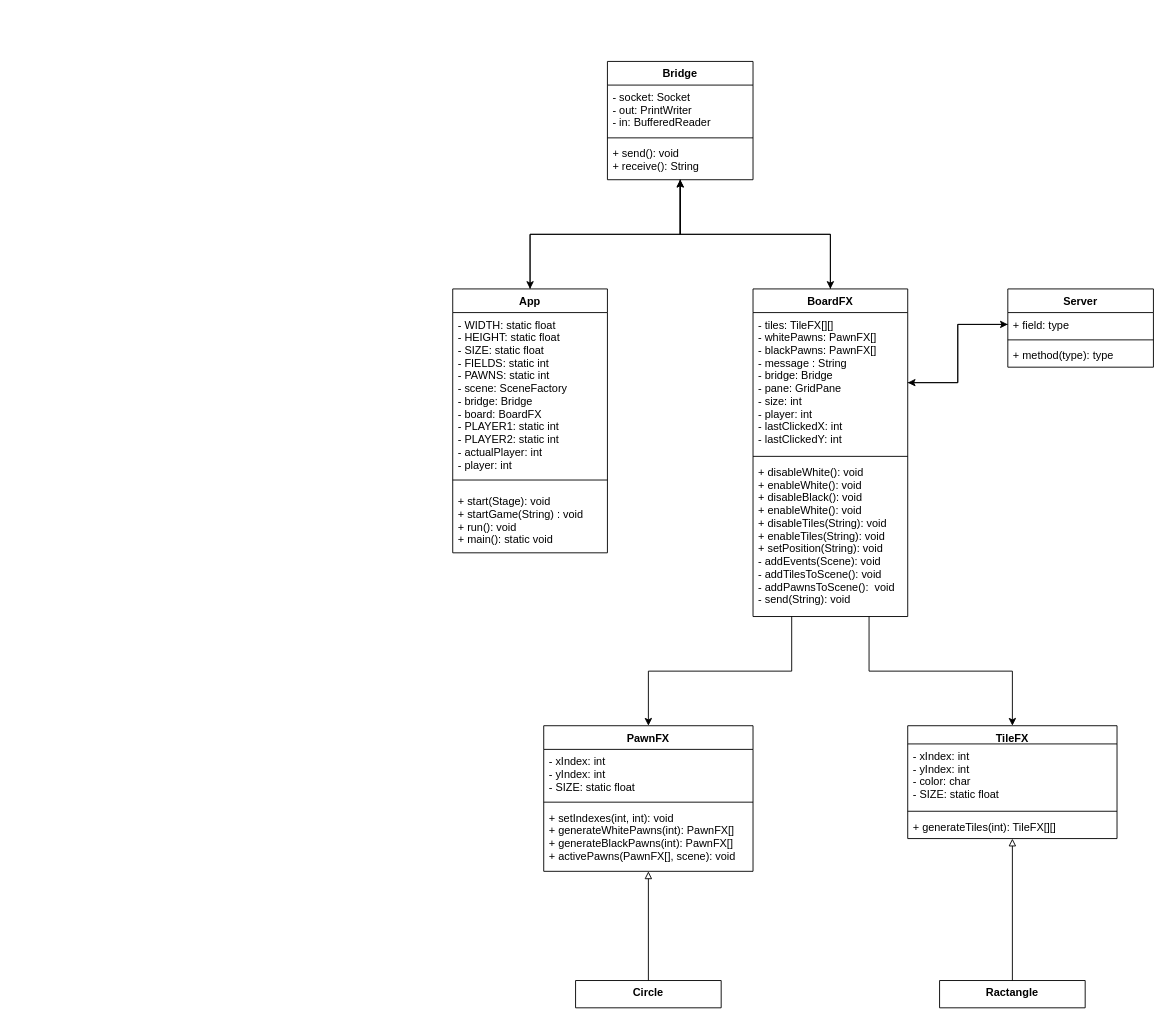
Earlier version of the draw.io diagram noncode/clientUML.drawio (mikdDd/warcaby). Source tidied: cells renumbered, new cells numbered last; positions are measured from the earlier drawing's top-left corner, leaving out a move shared by most shapes. Both pictures are drawn from the tidied source at 91%, with x=0, y=0 at pixel (452, 61).
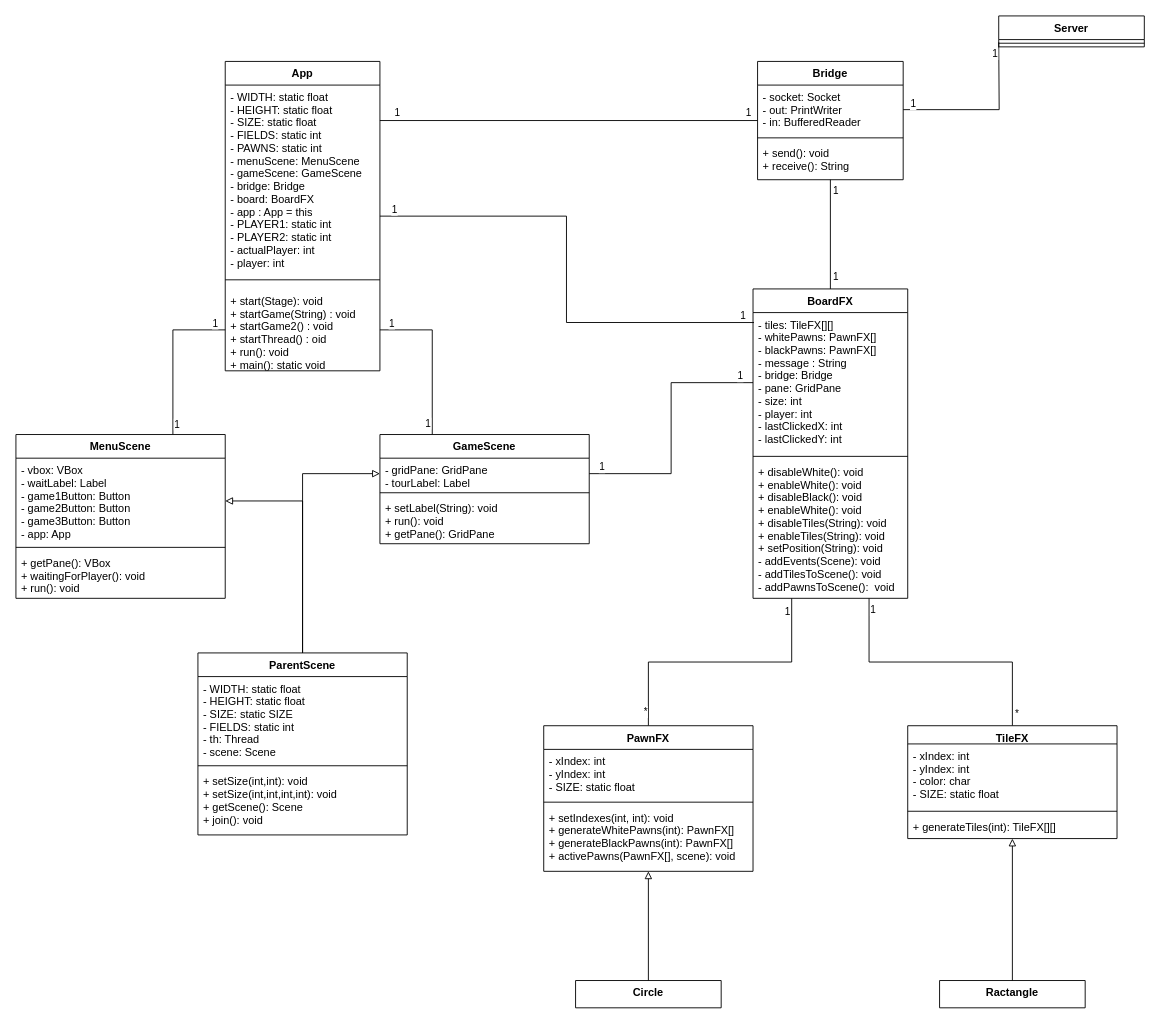
After the change.

Commit message:
diagram UML

Unchanged cells that the change refers to:
```xml
<mxCell id="10" value="- socket: Socket&#10;- out: PrintWriter&#10;- in: BufferedReader" style="text;strokeColor=none;fillColor=none;align=left;verticalAlign=top;spacingLeft=4;spacingRight=4;overflow=hidden;points=[[0,0.5],[1,0.5]];portConstraint=eastwest;" parent="9" vertex="1">
  <mxGeometry y="26" width="160" height="54" as="geometry" />
</mxCell>
<mxCell id="12" value="+ send(): void&#10;+ receive(): String" style="text;strokeColor=none;fillColor=none;align=left;verticalAlign=top;spacingLeft=4;spacingRight=4;overflow=hidden;points=[[0,0.5],[1,0.5]];portConstraint=eastwest;" parent="9" vertex="1">
  <mxGeometry y="88" width="160" height="42" as="geometry" />
</mxCell>
<mxCell id="21" value="- tiles: TileFX[][]&#10;- whitePawns: PawnFX[]&#10;- blackPawns: PawnFX[]&#10;- message : String&#10;- bridge: Bridge&#10;- pane: GridPane&#10;- size: int&#10;- player: int&#10;- lastClickedX: int&#10;- lastClickedY: int" style="text;strokeColor=none;fillColor=none;align=left;verticalAlign=top;spacingLeft=4;spacingRight=4;overflow=hidden;points=[[0,0.5],[1,0.5]];portConstraint=eastwest;" parent="20" vertex="1">
  <mxGeometry y="26" width="170" height="154" as="geometry" />
</mxCell>
<mxCell id="24" value="PawnFX" style="swimlane;fontStyle=1;align=center;verticalAlign=top;horizontal=1;startSize=26;" parent="1" vertex="1">
  <mxGeometry x="100" y="730" width="230" height="160" as="geometry" />
</mxCell>
<mxCell id="28" value="TileFX" style="swimlane;fontStyle=1;align=center;verticalAlign=top;horizontal=1;startSize=20;" parent="1" vertex="1">
  <mxGeometry x="500" y="730" width="230" height="124" as="geometry" />
</mxCell>
```

What changed in the source:
```diff
@@
-    <mxCell id="2" style="edgeStyle=orthogonalEdgeStyle;rounded=0;jettySize=auto;html=1;entryX=0.5;entryY=1;entryDx=0;entryDy=0;entryPerimeter=0;endArrow=classic;endFill=1;" parent="1" edge="1" source="3" target="12">
-      <mxGeometry relative="1" as="geometry" />
-    </mxCell>
+    <mxCell id="38" style="edgeStyle=orthogonalEdgeStyle;rounded=0;jettySize=auto;html=1;entryX=0.006;entryY=0.071;entryDx=0;entryDy=0;entryPerimeter=0;endArrow=none;endFill=0;" parent="1" edge="1" source="3" target="21">
+      <mxGeometry relative="1" as="geometry" />
+    </mxCell>
+    <mxCell id="39" value="1" style="edgeLabel;html=1;align=center;verticalAlign=middle;" parent="38" vertex="1">
+      <mxGeometry x="-0.94" y="-2" relative="1" as="geometry">
+        <mxPoint x="-1" y="-10" as="offset" />
+      </mxGeometry>
+    </mxCell>
+    <mxCell id="40" value="1" style="edgeLabel;html=1;align=center;verticalAlign=middle;" parent="38" vertex="1">
+      <mxGeometry x="0.95" y="2" relative="1" as="geometry">
+        <mxPoint y="-6" as="offset" />
+      </mxGeometry>
+    </mxCell>
     <mxCell id="3" value="App" style="swimlane;fontStyle=1;align=center;verticalAlign=top;horizontal=1;startSize=26;" parent="1" vertex="1">
-      <mxGeometry y="250" width="170" height="290" as="geometry" />
+      <mxGeometry x="-250" width="170" height="340" as="geometry" />
     </mxCell>
-    <mxCell id="4" value="- WIDTH: static float&#10;- HEIGHT: static float&#10;- SIZE: static float&#10;- FIELDS: static int&#10;- PAWNS: static int&#10;- scene: SceneFactory&#10;- bridge: Bridge&#10;- board: BoardFX&#10;- PLAYER1: static int&#10;- PLAYER2: static int&#10;- actualPlayer: int&#10;- player: int" style="text;strokeColor=none;fillColor=none;align=left;verticalAlign=top;spacingLeft=4;spacingRight=4;overflow=hidden;points=[[0,0.5],[1,0.5]];portConstraint=eastwest;" parent="3" vertex="1">
-      <mxGeometry y="26" width="170" height="174" as="geometry" />
+    <mxCell id="4" value="- WIDTH: static float&#10;- HEIGHT: static float&#10;- SIZE: static float&#10;- FIELDS: static int&#10;- PAWNS: static int&#10;- menuScene: MenuScene&#10;- gameScene: GameScene&#10;- bridge: Bridge&#10;- board: BoardFX&#10;- app : App = this&#10;- PLAYER1: static int&#10;- PLAYER2: static int&#10;- actualPlayer: int&#10;- player: int" style="text;strokeColor=none;fillColor=none;align=left;verticalAlign=top;spacingLeft=4;spacingRight=4;overflow=hidden;points=[[0,0.5],[1,0.5]];portConstraint=eastwest;" parent="3" vertex="1">
+      <mxGeometry y="26" width="170" height="204" as="geometry" />
     </mxCell>
     <mxCell id="5" style="line;strokeWidth=1;fillColor=none;align=left;verticalAlign=middle;spacingTop=-1;spacingLeft=3;spacingRight=3;labelPosition=right;strokeColor=inherit;" parent="3" vertex="1">
-      <mxGeometry y="200" width="170" height="20" as="geometry" />
+      <mxGeometry y="230" width="170" height="20" as="geometry" />
     </mxCell>
-    <mxCell id="6" value="+ start(Stage): void&#10;+ startGame(String) : void&#10;+ run(): void&#10;+ main(): static void&#10;" style="text;strokeColor=none;fillColor=none;align=left;verticalAlign=top;spacingLeft=4;spacingRight=4;overflow=hidden;points=[[0,0.5],[1,0.5]];portConstraint=eastwest;" parent="3" vertex="1">
-      <mxGeometry y="220" width="170" height="70" as="geometry" />
+    <mxCell id="6" value="+ start(Stage): void&#10;+ startGame(String) : void&#10;+ startGame2() : void&#10;+ startThread() : oid&#10;+ run(): void&#10;+ main(): static void&#10;" style="text;strokeColor=none;fillColor=none;align=left;verticalAlign=top;spacingLeft=4;spacingRight=4;overflow=hidden;points=[[0,0.5],[1,0.5]];portConstraint=eastwest;" parent="3" vertex="1">
+      <mxGeometry y="250" width="170" height="90" as="geometry" />
     </mxCell>
-    <mxCell id="7" style="edgeStyle=orthogonalEdgeStyle;rounded=0;jettySize=auto;html=1;entryX=0.5;entryY=0;entryDx=0;entryDy=0;endArrow=classic;endFill=1;" parent="1" edge="1" source="9" target="3">
-      <mxGeometry relative="1" as="geometry" />
-    </mxCell>
-    <mxCell id="8" style="edgeStyle=orthogonalEdgeStyle;rounded=0;jettySize=auto;html=1;entryX=0.5;entryY=0;entryDx=0;entryDy=0;endArrow=classic;endFill=1;" parent="1" edge="1" source="9" target="20">
+    <mxCell id="8" style="edgeStyle=orthogonalEdgeStyle;rounded=0;jettySize=auto;html=1;entryX=0.5;entryY=0;entryDx=0;entryDy=0;endArrow=none;endFill=0;" parent="1" edge="1" source="9" target="20">
       <mxGeometry relative="1" as="geometry" />
     </mxCell>
+    <mxCell id="41" value="1" style="edgeLabel;html=1;align=center;verticalAlign=middle;" parent="8" vertex="1">
+      <mxGeometry x="-0.81" y="-2" relative="1" as="geometry">
+        <mxPoint x="7" as="offset" />
+      </mxGeometry>
+    </mxCell>
+    <mxCell id="42" value="1" style="edgeLabel;html=1;align=center;verticalAlign=middle;" parent="8" vertex="1">
+      <mxGeometry x="0.72" relative="1" as="geometry">
+        <mxPoint x="5" y="3" as="offset" />
+      </mxGeometry>
+    </mxCell>
+    <mxCell id="43" style="edgeStyle=orthogonalEdgeStyle;rounded=0;jettySize=auto;html=1;entryX=1;entryY=0.191;entryDx=0;entryDy=0;entryPerimeter=0;endArrow=none;endFill=0;strokeColor=default;startArrow=none;startFill=0;" parent="1" edge="1" source="9" target="4">
+      <mxGeometry relative="1" as="geometry" />
+    </mxCell>
+    <mxCell id="44" value="1" style="edgeLabel;html=1;align=center;verticalAlign=middle;" parent="43" vertex="1">
+      <mxGeometry x="0.9" y="-2" relative="1" as="geometry">
+        <mxPoint x="-3" y="-7" as="offset" />
+      </mxGeometry>
+    </mxCell>
+    <mxCell id="45" value="1" style="edgeLabel;html=1;align=center;verticalAlign=middle;" parent="43" vertex="1">
+      <mxGeometry x="-0.92" y="1" relative="1" as="geometry">
+        <mxPoint x="6" y="-10" as="offset" />
+      </mxGeometry>
+    </mxCell>
     <mxCell id="9" value="Bridge" style="swimlane;fontStyle=1;align=center;verticalAlign=top;horizontal=1;startSize=26;" parent="1" vertex="1">
-      <mxGeometry x="170" width="160" height="130" as="geometry" />
+      <mxGeometry x="335" width="160" height="130" as="geometry" />
     </mxCell>
@@
     <mxCell id="13" value="Server" style="swimlane;fontStyle=1;align=center;verticalAlign=top;horizontal=1;startSize=26;" parent="1" vertex="1">
-      <mxGeometry x="610" y="250" width="160" height="86" as="geometry" />
+      <mxGeometry x="600" y="-50" width="160" height="34" as="geometry" />
     </mxCell>
-    <mxCell id="14" value="+ field: type" style="text;strokeColor=none;fillColor=none;align=left;verticalAlign=top;spacingLeft=4;spacingRight=4;overflow=hidden;points=[[0,0.5],[1,0.5]];portConstraint=eastwest;" parent="13" vertex="1">
-      <mxGeometry y="26" width="160" height="26" as="geometry" />
-    </mxCell>
     <mxCell id="15" style="line;strokeWidth=1;fillColor=none;align=left;verticalAlign=middle;spacingTop=-1;spacingLeft=3;spacingRight=3;labelPosition=right;strokeColor=inherit;" parent="13" vertex="1">
-      <mxGeometry y="52" width="160" height="8" as="geometry" />
+      <mxGeometry y="26" width="160" height="8" as="geometry" />
     </mxCell>
-    <mxCell id="16" value="+ method(type): type" style="text;strokeColor=none;fillColor=none;align=left;verticalAlign=top;spacingLeft=4;spacingRight=4;overflow=hidden;" parent="13" vertex="1">
-      <mxGeometry y="60" width="160" height="26" as="geometry" />
-    </mxCell>
-    <mxCell id="17" style="edgeStyle=orthogonalEdgeStyle;rounded=0;jettySize=auto;html=1;exitX=0.25;exitY=1;exitDx=0;exitDy=0;entryX=0.5;entryY=0;entryDx=0;entryDy=0;" parent="1" edge="1" source="20" target="24">
+    <mxCell id="17" style="edgeStyle=orthogonalEdgeStyle;rounded=0;jettySize=auto;html=1;exitX=0.25;exitY=1;exitDx=0;exitDy=0;entryX=0.5;entryY=0;entryDx=0;entryDy=0;endArrow=none;endFill=0;" parent="1" edge="1" source="20" target="24">
       <mxGeometry relative="1" as="geometry" />
     </mxCell>
+    <mxCell id="46" value="1" style="edgeLabel;html=1;align=center;verticalAlign=middle;" parent="17" vertex="1">
+      <mxGeometry x="-0.9" y="3" relative="1" as="geometry">
+        <mxPoint x="-8" y="-1" as="offset" />
+      </mxGeometry>
+    </mxCell>
+    <mxCell id="47" value="*" style="edgeLabel;html=1;align=center;verticalAlign=middle;" parent="17" vertex="1">
+      <mxGeometry x="0.89" relative="1" as="geometry">
+        <mxPoint x="-4" y="1" as="offset" />
+      </mxGeometry>
+    </mxCell>
-    <mxCell id="18" style="edgeStyle=orthogonalEdgeStyle;rounded=0;jettySize=auto;html=1;exitX=0.75;exitY=1;exitDx=0;exitDy=0;entryX=0.5;entryY=0;entryDx=0;entryDy=0;" parent="1" edge="1" source="20" target="28">
+    <mxCell id="18" style="edgeStyle=orthogonalEdgeStyle;rounded=0;jettySize=auto;html=1;exitX=0.75;exitY=1;exitDx=0;exitDy=0;entryX=0.5;entryY=0;entryDx=0;entryDy=0;endArrow=none;endFill=0;" parent="1" edge="1" source="20" target="28">
       <mxGeometry relative="1" as="geometry" />
     </mxCell>
-    <mxCell id="19" style="edgeStyle=orthogonalEdgeStyle;rounded=0;jettySize=auto;html=1;endArrow=classic;endFill=1;entryX=0.5;entryY=1;entryDx=0;entryDy=0;entryPerimeter=0;" parent="1" edge="1" source="20" target="12">
-      <mxGeometry relative="1" as="geometry" />
-    </mxCell>
+    <mxCell id="48" value="1" style="edgeLabel;html=1;align=center;verticalAlign=middle;" parent="18" vertex="1">
+      <mxGeometry x="-0.92" relative="1" as="geometry">
+        <mxPoint x="4" as="offset" />
+      </mxGeometry>
+    </mxCell>
+    <mxCell id="49" value="*" style="edgeLabel;html=1;align=center;verticalAlign=middle;" parent="18" vertex="1">
+      <mxGeometry x="0.9" relative="1" as="geometry">
+        <mxPoint x="4" y="1" as="offset" />
+      </mxGeometry>
+    </mxCell>
     <mxCell id="20" value="BoardFX" style="swimlane;fontStyle=1;align=center;verticalAlign=top;horizontal=1;startSize=26;" parent="1" vertex="1">
-      <mxGeometry x="330" y="250" width="170" height="360" as="geometry" />
+      <mxGeometry x="330" y="250" width="170" height="340" as="geometry" />
     </mxCell>
@@
-    <mxCell id="23" value="+ disableWhite(): void&#10;+ enableWhite(): void&#10;+ disableBlack(): void&#10;+ enableWhite(): void&#10;+ disableTiles(String): void&#10;+ enableTiles(String): void&#10;+ setPosition(String): void&#10;- addEvents(Scene): void&#10;- addTilesToScene(): void&#10;- addPawnsToScene():  void&#10;- send(String): void" style="text;strokeColor=none;fillColor=none;align=left;verticalAlign=top;spacingLeft=4;spacingRight=4;overflow=hidden;" parent="20" vertex="1">
-      <mxGeometry y="188" width="170" height="172" as="geometry" />
+    <mxCell id="23" value="+ disableWhite(): void&#10;+ enableWhite(): void&#10;+ disableBlack(): void&#10;+ enableWhite(): void&#10;+ disableTiles(String): void&#10;+ enableTiles(String): void&#10;+ setPosition(String): void&#10;- addEvents(Scene): void&#10;- addTilesToScene(): void&#10;- addPawnsToScene():  void" style="text;strokeColor=none;fillColor=none;align=left;verticalAlign=top;spacingLeft=4;spacingRight=4;overflow=hidden;" parent="20" vertex="1">
+      <mxGeometry y="188" width="170" height="152" as="geometry" />
     </mxCell>
@@
-    <mxCell id="36" style="edgeStyle=orthogonalEdgeStyle;rounded=0;jettySize=auto;html=1;entryX=0;entryY=0.5;entryDx=0;entryDy=0;endArrow=classic;endFill=1;" parent="1" edge="1" source="21" target="14">
-      <mxGeometry relative="1" as="geometry" />
-    </mxCell>
-    <mxCell id="37" style="edgeStyle=orthogonalEdgeStyle;rounded=0;jettySize=auto;html=1;entryX=1;entryY=0.5;entryDx=0;entryDy=0;endArrow=classic;endFill=1;" parent="1" edge="1" source="14" target="21">
-      <mxGeometry relative="1" as="geometry" />
+    <mxCell id="37" style="edgeStyle=orthogonalEdgeStyle;rounded=0;jettySize=auto;html=1;entryX=1;entryY=0.5;entryDx=0;entryDy=0;endArrow=none;endFill=0;" parent="1" edge="1" target="10">
+      <mxGeometry relative="1" as="geometry">
+        <mxPoint x="600" y="-21" as="sourcePoint" />
+      </mxGeometry>
     </mxCell>
+    <mxCell id="50" value="1" style="edgeLabel;html=1;align=center;verticalAlign=middle;" parent="37" vertex="1">
+      <mxGeometry x="0.88" relative="1" as="geometry">
+        <mxPoint y="-7" as="offset" />
+      </mxGeometry>
+    </mxCell>
+    <mxCell id="51" value="1" style="edgeLabel;html=1;align=center;verticalAlign=middle;" parent="37" vertex="1">
+      <mxGeometry x="-0.87" y="-2" relative="1" as="geometry">
+        <mxPoint x="-3" as="offset" />
+      </mxGeometry>
+    </mxCell>
+    <mxCell id="52" style="edgeStyle=orthogonalEdgeStyle;rounded=0;jettySize=auto;html=1;entryX=1;entryY=0.5;entryDx=0;entryDy=0;endArrow=block;endFill=0;" parent="1" edge="1" source="54" target="68">
+      <mxGeometry relative="1" as="geometry" />
+    </mxCell>
+    <mxCell id="53" style="edgeStyle=orthogonalEdgeStyle;jettySize=auto;html=1;entryX=0;entryY=0.5;entryDx=0;entryDy=0;endArrow=block;endFill=0;rounded=0;" parent="1" edge="1" source="54" target="72">
+      <mxGeometry relative="1" as="geometry" />
+    </mxCell>
+    <mxCell id="54" value="ParentScene" style="swimlane;fontStyle=1;align=center;verticalAlign=top;horizontal=1;startSize=26;" parent="1" vertex="1">
+      <mxGeometry x="-280" y="650" width="230" height="200" as="geometry" />
+    </mxCell>
+    <mxCell id="55" value="- WIDTH: static float&#10;- HEIGHT: static float&#10;- SIZE: static SIZE&#10;- FIELDS: static int&#10;- th: Thread&#10;- scene: Scene" style="text;strokeColor=none;fillColor=none;align=left;verticalAlign=top;spacingLeft=4;spacingRight=4;overflow=hidden;" parent="54" vertex="1">
+      <mxGeometry y="26" width="230" height="94" as="geometry" />
+    </mxCell>
+    <mxCell id="56" style="line;strokeWidth=1;fillColor=none;align=left;verticalAlign=middle;spacingTop=-1;spacingLeft=3;spacingRight=3;labelPosition=right;strokeColor=inherit;" parent="54" vertex="1">
+      <mxGeometry y="120" width="230" height="8" as="geometry" />
+    </mxCell>
+    <mxCell id="57" value="+ setSize(int,int): void&#10;+ setSize(int,int,int,int): void&#10;+ getScene(): Scene&#10;+ join(): void" style="text;strokeColor=none;fillColor=none;align=left;verticalAlign=top;spacingLeft=4;spacingRight=4;overflow=hidden;" parent="54" vertex="1">
+      <mxGeometry y="128" width="230" height="72" as="geometry" />
+    </mxCell>
+    <mxCell id="58" style="edgeStyle=orthogonalEdgeStyle;rounded=0;jettySize=auto;html=1;entryX=1;entryY=0.5;entryDx=0;entryDy=0;endArrow=none;endFill=0;" parent="1" edge="1" source="21" target="72">
+      <mxGeometry relative="1" as="geometry" />
+    </mxCell>
+    <mxCell id="59" value="1" style="edgeLabel;html=1;align=center;verticalAlign=middle;" parent="58" vertex="1">
+      <mxGeometry x="0.91" y="1" relative="1" as="geometry">
+        <mxPoint y="-9" as="offset" />
+      </mxGeometry>
+    </mxCell>
+    <mxCell id="60" value="1" style="edgeLabel;html=1;align=center;verticalAlign=middle;" parent="58" vertex="1">
+      <mxGeometry x="-0.88" y="1" relative="1" as="geometry">
+        <mxPoint x="2" y="-9" as="offset" />
+      </mxGeometry>
+    </mxCell>
+    <mxCell id="61" style="edgeStyle=orthogonalEdgeStyle;rounded=0;jettySize=auto;html=1;entryX=0.25;entryY=0;entryDx=0;entryDy=0;endArrow=none;endFill=0;" parent="1" edge="1" source="6" target="71">
+      <mxGeometry relative="1" as="geometry" />
+    </mxCell>
+    <mxCell id="62" value="1" style="edgeLabel;html=1;align=center;verticalAlign=middle;" parent="61" vertex="1">
+      <mxGeometry x="-0.79" y="1" relative="1" as="geometry">
+        <mxPoint x="-6" y="-7" as="offset" />
+      </mxGeometry>
+    </mxCell>
+    <mxCell id="63" value="1" style="edgeLabel;html=1;align=center;verticalAlign=middle;" parent="61" vertex="1">
+      <mxGeometry x="0.85" y="2" relative="1" as="geometry">
+        <mxPoint x="-7" as="offset" />
+      </mxGeometry>
+    </mxCell>
+    <mxCell id="64" style="edgeStyle=orthogonalEdgeStyle;rounded=0;jettySize=auto;html=1;entryX=0.75;entryY=0;entryDx=0;entryDy=0;endArrow=none;endFill=0;" parent="1" edge="1" source="6" target="67">
+      <mxGeometry relative="1" as="geometry" />
+    </mxCell>
+    <mxCell id="65" value="1" style="edgeLabel;html=1;align=center;verticalAlign=middle;" parent="64" vertex="1">
+      <mxGeometry x="0.83" relative="1" as="geometry">
+        <mxPoint x="4" y="3" as="offset" />
+      </mxGeometry>
+    </mxCell>
+    <mxCell id="66" value="1" style="edgeLabel;html=1;align=center;verticalAlign=middle;" parent="64" vertex="1">
+      <mxGeometry x="-0.86" relative="1" as="geometry">
+        <mxPoint y="-8" as="offset" />
+      </mxGeometry>
+    </mxCell>
+    <mxCell id="67" value="MenuScene" style="swimlane;fontStyle=1;align=center;verticalAlign=top;horizontal=1;startSize=26;" parent="1" vertex="1">
+      <mxGeometry x="-480" y="410" width="230" height="180" as="geometry" />
+    </mxCell>
+    <mxCell id="68" value="- vbox: VBox&#10;- waitLabel: Label&#10;- game1Button: Button&#10;- game2Button: Button&#10;- game3Button: Button&#10;- app: App" style="text;strokeColor=none;fillColor=none;align=left;verticalAlign=top;spacingLeft=4;spacingRight=4;overflow=hidden;points=[[0,0.5],[1,0.5]];portConstraint=eastwest;" parent="67" vertex="1">
+      <mxGeometry y="26" width="230" height="94" as="geometry" />
+    </mxCell>
+    <mxCell id="69" style="line;strokeWidth=1;fillColor=none;align=left;verticalAlign=middle;spacingTop=-1;spacingLeft=3;spacingRight=3;labelPosition=right;strokeColor=inherit;" parent="67" vertex="1">
+      <mxGeometry y="120" width="230" height="8" as="geometry" />
+    </mxCell>
+    <mxCell id="70" value="+ getPane(): VBox&#10;+ waitingForPlayer(): void&#10;+ run(): void" style="text;strokeColor=none;fillColor=none;align=left;verticalAlign=top;spacingLeft=4;spacingRight=4;overflow=hidden;" parent="67" vertex="1">
+      <mxGeometry y="128" width="230" height="52" as="geometry" />
+    </mxCell>
+    <mxCell id="71" value="GameScene" style="swimlane;fontStyle=1;align=center;verticalAlign=top;horizontal=1;startSize=26;" parent="1" vertex="1">
+      <mxGeometry x="-80" y="410" width="230" height="120" as="geometry" />
+    </mxCell>
+    <mxCell id="72" value="- gridPane: GridPane&#10;- tourLabel: Label" style="text;strokeColor=none;fillColor=none;align=left;verticalAlign=top;spacingLeft=4;spacingRight=4;overflow=hidden;points=[[0,0.5],[1,0.5]];portConstraint=eastwest;" parent="71" vertex="1">
+      <mxGeometry y="26" width="230" height="34" as="geometry" />
+    </mxCell>
+    <mxCell id="73" style="line;strokeWidth=1;fillColor=none;align=left;verticalAlign=middle;spacingTop=-1;spacingLeft=3;spacingRight=3;labelPosition=right;strokeColor=inherit;" parent="71" vertex="1">
+      <mxGeometry y="60" width="230" height="8" as="geometry" />
+    </mxCell>
+    <mxCell id="74" value="+ setLabel(String): void&#10;+ run(): void&#10;+ getPane(): GridPane" style="text;strokeColor=none;fillColor=none;align=left;verticalAlign=top;spacingLeft=4;spacingRight=4;overflow=hidden;" parent="71" vertex="1">
+      <mxGeometry y="68" width="230" height="52" as="geometry" />
+    </mxCell>
```
